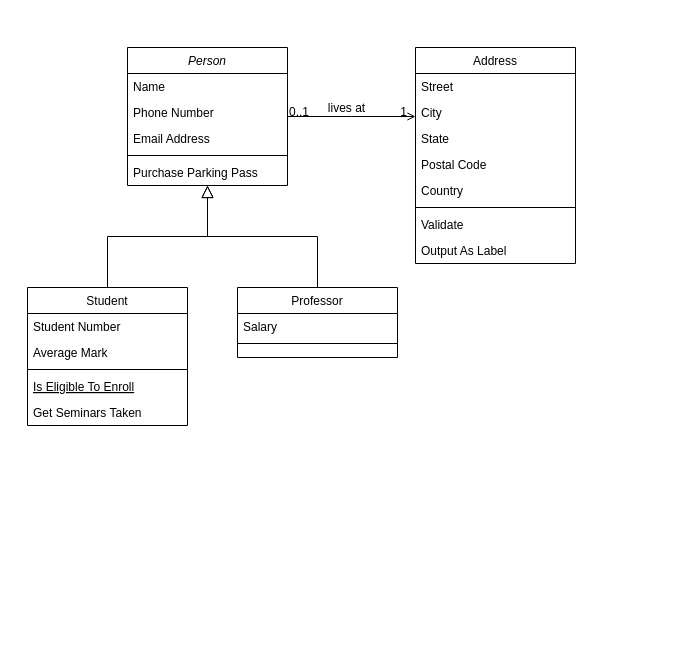
The draw.io diagram 제목 없는 다이어그램.drawio in rakio5220/Ezen01, before the edit. Source tidied: cells renumbered, new cells numbered last; positions are measured from the earlier drawing's top-left corner, leaving out a move shared by most shapes. Both pictures are drawn from the tidied source at 100%, with x=0, y=0 at pixel (27, 47).
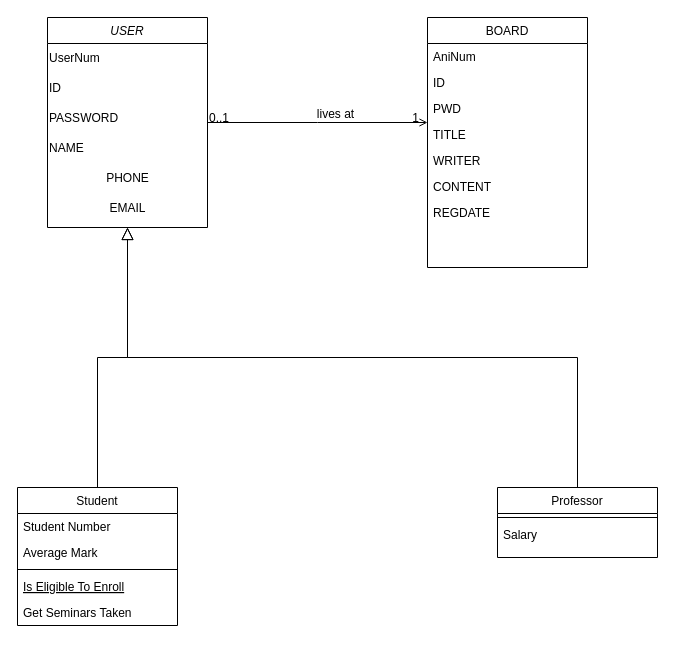
The same diagram, later.

Commit message:
애니메이션 커뮤니티.drawio 업데이트

Change to the diagram source:
```diff
@@
-    <mxCell id="2" value="Person" style="swimlane;fontStyle=2;align=center;verticalAlign=top;horizontal=1;startSize=26;rounded=0;shadow=0;strokeWidth=1;" parent="1" vertex="1">
-      <mxGeometry x="100" width="160" height="138" as="geometry" />
+    <mxCell id="2" value="USER" style="swimlane;fontStyle=2;align=center;verticalAlign=top;horizontal=1;startSize=26;rounded=0;shadow=0;strokeWidth=1;" parent="1" vertex="1">
+      <mxGeometry x="20" y="-30" width="160" height="210" as="geometry" />
     </mxCell>
-    <mxCell id="3" value="Name" style="text;align=left;verticalAlign=top;spacingLeft=4;spacingRight=4;overflow=hidden;" parent="2" vertex="1">
-      <mxGeometry y="26" width="160" height="26" as="geometry" />
-    </mxCell>
-    <mxCell id="4" value="Phone Number" style="text;align=left;verticalAlign=top;spacingLeft=4;spacingRight=4;overflow=hidden;rounded=0;shadow=0;html=0;" parent="2" vertex="1">
-      <mxGeometry y="52" width="160" height="26" as="geometry" />
-    </mxCell>
-    <mxCell id="5" value="Email Address" style="text;align=left;verticalAlign=top;spacingLeft=4;spacingRight=4;overflow=hidden;rounded=0;shadow=0;html=0;" parent="2" vertex="1">
-      <mxGeometry y="78" width="160" height="26" as="geometry" />
-    </mxCell>
-    <mxCell id="6" style="line;html=1;strokeWidth=1;align=left;verticalAlign=middle;spacingTop=-1;spacingLeft=3;spacingRight=3;labelPosition=right;" parent="2" vertex="1">
-      <mxGeometry y="104" width="160" height="8" as="geometry" />
-    </mxCell>
-    <mxCell id="7" value="Purchase Parking Pass" style="text;align=left;verticalAlign=top;spacingLeft=4;spacingRight=4;overflow=hidden;" parent="2" vertex="1">
-      <mxGeometry y="112" width="160" height="26" as="geometry" />
-    </mxCell>
+    <mxCell id="32" value="UserNum" style="text;html=1;align=left;verticalAlign=middle;strokeColor=none;fillColor=none;rotation=0;" parent="2" vertex="1">
+      <mxGeometry y="26" width="160" height="30" as="geometry" />
+    </mxCell>
+    <mxCell id="33" value="ID" style="text;html=1;align=left;verticalAlign=middle;strokeColor=none;fillColor=none;rotation=0;" parent="2" vertex="1">
+      <mxGeometry y="56" width="160" height="30" as="geometry" />
+    </mxCell>
+    <mxCell id="34" value="&lt;span style=&quot;&quot;&gt;PASSWORD&amp;nbsp;&lt;/span&gt;" style="text;html=1;align=left;verticalAlign=middle;strokeColor=none;fillColor=none;rotation=0;" parent="2" vertex="1">
+      <mxGeometry y="86" width="160" height="30" as="geometry" />
+    </mxCell>
+    <mxCell id="35" value="&lt;div style=&quot;&quot;&gt;&lt;span style=&quot;background-color: initial;&quot;&gt;NAME&lt;/span&gt;&lt;/div&gt;" style="text;html=1;align=left;verticalAlign=middle;strokeColor=none;fillColor=none;rotation=0;" parent="2" vertex="1">
+      <mxGeometry y="116" width="160" height="30" as="geometry" />
+    </mxCell>
+    <mxCell id="36" value="&lt;div style=&quot;text-align: left;&quot;&gt;PHONE&lt;br style=&quot;padding: 0px; margin: 0px;&quot;&gt;&lt;/div&gt;" style="text;html=1;align=center;verticalAlign=middle;strokeColor=none;fillColor=none;rotation=0;" parent="2" vertex="1">
+      <mxGeometry y="146" width="160" height="30" as="geometry" />
+    </mxCell>
+    <mxCell id="37" value="&lt;div style=&quot;text-align: left;&quot;&gt;EMAIL&lt;br style=&quot;padding: 0px; margin: 0px;&quot;&gt;&lt;/div&gt;" style="text;html=1;align=center;verticalAlign=middle;strokeColor=none;fillColor=none;rotation=0;" parent="2" vertex="1">
+      <mxGeometry y="176" width="160" height="30" as="geometry" />
+    </mxCell>
     <mxCell id="8" value="Student" style="swimlane;fontStyle=0;align=center;verticalAlign=top;horizontal=1;startSize=26;rounded=0;shadow=0;strokeWidth=1;" parent="1" vertex="1">
-      <mxGeometry y="240" width="160" height="138" as="geometry" />
+      <mxGeometry x="-10" y="440" width="160" height="138" as="geometry" />
     </mxCell>
@@
     <mxCell id="15" value="Professor" style="swimlane;fontStyle=0;align=center;verticalAlign=top;horizontal=1;startSize=26;rounded=0;shadow=0;strokeWidth=1;" parent="1" vertex="1">
-      <mxGeometry x="210" y="240" width="160" height="70" as="geometry" />
+      <mxGeometry x="470" y="440" width="160" height="70" as="geometry" />
     </mxCell>
+    <mxCell id="17" style="line;html=1;strokeWidth=1;align=left;verticalAlign=middle;spacingTop=-1;spacingLeft=3;spacingRight=3;labelPosition=right;" parent="15" vertex="1">
+      <mxGeometry y="26" width="160" height="8" as="geometry" />
+    </mxCell>
     <mxCell id="16" value="Salary" style="text;align=left;verticalAlign=top;spacingLeft=4;spacingRight=4;overflow=hidden;" parent="15" vertex="1">
-      <mxGeometry y="26" width="160" height="26" as="geometry" />
+      <mxGeometry y="34" width="160" height="26" as="geometry" />
     </mxCell>
-    <mxCell id="17" style="line;html=1;strokeWidth=1;align=left;verticalAlign=middle;spacingTop=-1;spacingLeft=3;spacingRight=3;labelPosition=right;" parent="15" vertex="1">
-      <mxGeometry y="52" width="160" height="8" as="geometry" />
-    </mxCell>
@@
-    <mxCell id="19" value="Address" style="swimlane;fontStyle=0;align=center;verticalAlign=top;horizontal=1;startSize=26;rounded=0;shadow=0;strokeWidth=1;" parent="1" vertex="1">
-      <mxGeometry x="388" width="160" height="216" as="geometry" />
+    <mxCell id="19" value="BOARD" style="swimlane;fontStyle=0;align=center;verticalAlign=top;horizontal=1;startSize=26;rounded=0;shadow=0;strokeWidth=1;" parent="1" vertex="1">
+      <mxGeometry x="400" y="-30" width="160" height="250" as="geometry" />
     </mxCell>
-    <mxCell id="20" value="Street" style="text;align=left;verticalAlign=top;spacingLeft=4;spacingRight=4;overflow=hidden;" parent="19" vertex="1">
+    <mxCell id="20" value="AniNum " style="text;align=left;verticalAlign=top;spacingLeft=4;spacingRight=4;overflow=hidden;" parent="19" vertex="1">
       <mxGeometry y="26" width="160" height="26" as="geometry" />
     </mxCell>
-    <mxCell id="21" value="City" style="text;align=left;verticalAlign=top;spacingLeft=4;spacingRight=4;overflow=hidden;rounded=0;shadow=0;html=0;" parent="19" vertex="1">
+    <mxCell id="21" value="ID" style="text;align=left;verticalAlign=top;spacingLeft=4;spacingRight=4;overflow=hidden;rounded=0;shadow=0;html=0;" parent="19" vertex="1">
       <mxGeometry y="52" width="160" height="26" as="geometry" />
     </mxCell>
-    <mxCell id="22" value="State" style="text;align=left;verticalAlign=top;spacingLeft=4;spacingRight=4;overflow=hidden;rounded=0;shadow=0;html=0;" parent="19" vertex="1">
+    <mxCell id="22" value="PWD " style="text;align=left;verticalAlign=top;spacingLeft=4;spacingRight=4;overflow=hidden;rounded=0;shadow=0;html=0;" parent="19" vertex="1">
       <mxGeometry y="78" width="160" height="26" as="geometry" />
     </mxCell>
-    <mxCell id="23" value="Postal Code" style="text;align=left;verticalAlign=top;spacingLeft=4;spacingRight=4;overflow=hidden;rounded=0;shadow=0;html=0;" parent="19" vertex="1">
+    <mxCell id="23" value="TITLE" style="text;align=left;verticalAlign=top;spacingLeft=4;spacingRight=4;overflow=hidden;rounded=0;shadow=0;html=0;" parent="19" vertex="1">
       <mxGeometry y="104" width="160" height="26" as="geometry" />
     </mxCell>
-    <mxCell id="24" value="Country" style="text;align=left;verticalAlign=top;spacingLeft=4;spacingRight=4;overflow=hidden;rounded=0;shadow=0;html=0;" parent="19" vertex="1">
+    <mxCell id="24" value="WRITER " style="text;align=left;verticalAlign=top;spacingLeft=4;spacingRight=4;overflow=hidden;rounded=0;shadow=0;html=0;" parent="19" vertex="1">
       <mxGeometry y="130" width="160" height="26" as="geometry" />
     </mxCell>
-    <mxCell id="25" style="line;html=1;strokeWidth=1;align=left;verticalAlign=middle;spacingTop=-1;spacingLeft=3;spacingRight=3;labelPosition=right;" parent="19" vertex="1">
-      <mxGeometry y="156" width="160" height="8" as="geometry" />
-    </mxCell>
-    <mxCell id="26" value="Validate" style="text;align=left;verticalAlign=top;spacingLeft=4;spacingRight=4;overflow=hidden;" parent="19" vertex="1">
-      <mxGeometry y="164" width="160" height="26" as="geometry" />
+    <mxCell id="26" value="CONTENT " style="text;align=left;verticalAlign=top;spacingLeft=4;spacingRight=4;overflow=hidden;" parent="19" vertex="1">
+      <mxGeometry y="156" width="160" height="26" as="geometry" />
     </mxCell>
-    <mxCell id="27" value="Output As Label" style="text;align=left;verticalAlign=top;spacingLeft=4;spacingRight=4;overflow=hidden;" parent="19" vertex="1">
-      <mxGeometry y="190" width="160" height="26" as="geometry" />
+    <mxCell id="27" value="REGDATE " style="text;align=left;verticalAlign=top;spacingLeft=4;spacingRight=4;overflow=hidden;" parent="19" vertex="1">
+      <mxGeometry y="182" width="160" height="26" as="geometry" />
     </mxCell>
```
